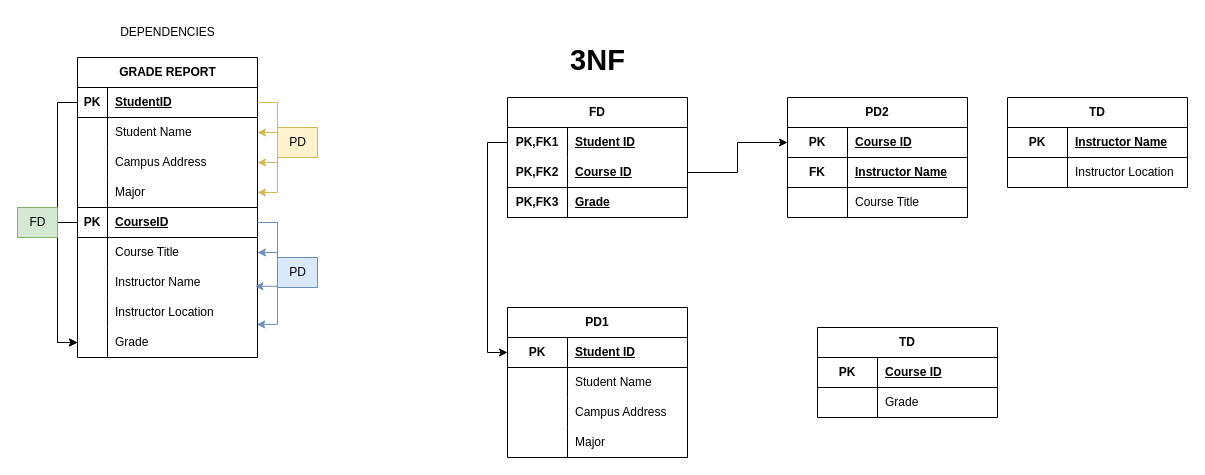
Above: page "Exercise #2" (2 of 2) of Logical Models & Normalization.drawio in robeeds/is380-drawio (draw.io), before the change. Source tidied: cells renumbered, new cells numbered last; positions are measured from the earlier drawing's top-left corner, leaving out a move shared by most shapes. Both pictures are drawn from the tidied source at 100%, with x=0, y=0 at pixel (17, 17).
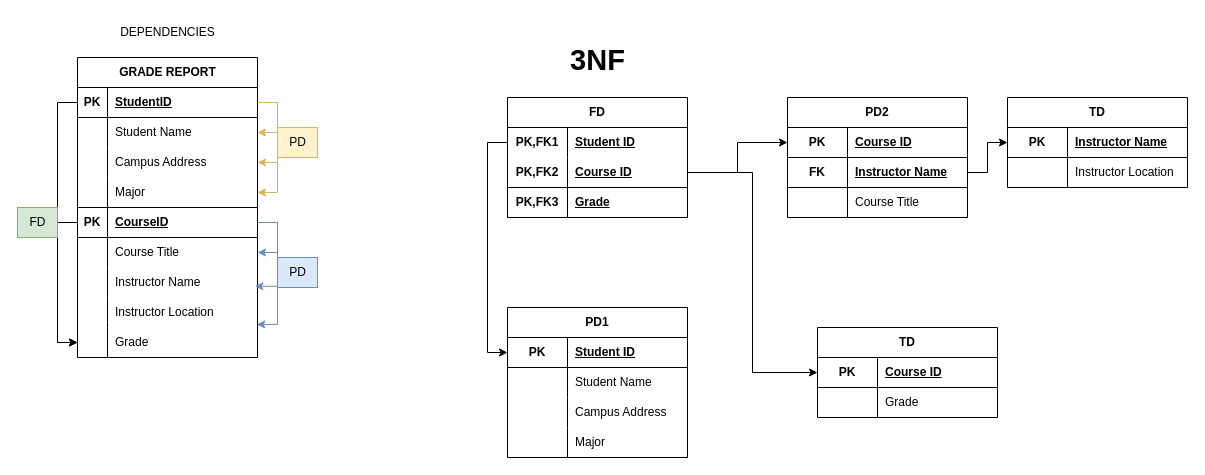
Above is the later version.

The change refers to these unchanged cells:
```xml
<mxCell id="9" style="shape=tableRow;horizontal=0;startSize=0;swimlaneHead=0;swimlaneBody=0;fillColor=none;points=[[0,0.5],[1,0.5]];portConstraint=eastwest;top=0;left=0;right=0;bottom=1;html=1;" parent="5" vertex="1">
  <mxGeometry y="60" width="180" height="30" as="geometry" />
</mxCell>
<mxCell id="36" style="shape=tableRow;horizontal=0;startSize=0;swimlaneHead=0;swimlaneBody=0;fillColor=none;points=[[0,0.5],[1,0.5]];portConstraint=eastwest;top=1;left=0;right=0;bottom=1;html=1;" parent="32" vertex="1">
  <mxGeometry y="60" width="180" height="30" as="geometry" />
</mxCell>
<mxCell id="44" style="shape=tableRow;horizontal=0;startSize=0;swimlaneHead=0;swimlaneBody=0;fillColor=none;points=[[0,0.5],[1,0.5]];portConstraint=eastwest;top=0;left=0;right=0;bottom=1;html=1;" parent="43" vertex="1">
  <mxGeometry y="30" width="180" height="30" as="geometry" />
</mxCell>
<mxCell id="51" style="shape=tableRow;horizontal=0;startSize=0;swimlaneHead=0;swimlaneBody=0;fillColor=none;points=[[0,0.5],[1,0.5]];portConstraint=eastwest;top=0;left=0;right=0;bottom=1;html=1;" parent="50" vertex="1">
  <mxGeometry y="30" width="180" height="30" as="geometry" />
</mxCell>
```

What changed in the source:
```diff
@@
+    <mxCell id="92" style="edgeStyle=orthogonalEdgeStyle;rounded=0;jettySize=auto;html=1;" parent="1" edge="1" source="36" target="51">
+      <mxGeometry relative="1" as="geometry" />
+    </mxCell>
+    <mxCell id="93" style="edgeStyle=orthogonalEdgeStyle;rounded=0;jettySize=auto;html=1;entryX=0;entryY=0.5;entryDx=0;entryDy=0;" parent="1" edge="1" source="9" target="44">
+      <mxGeometry relative="1" as="geometry" />
+    </mxCell>
```
